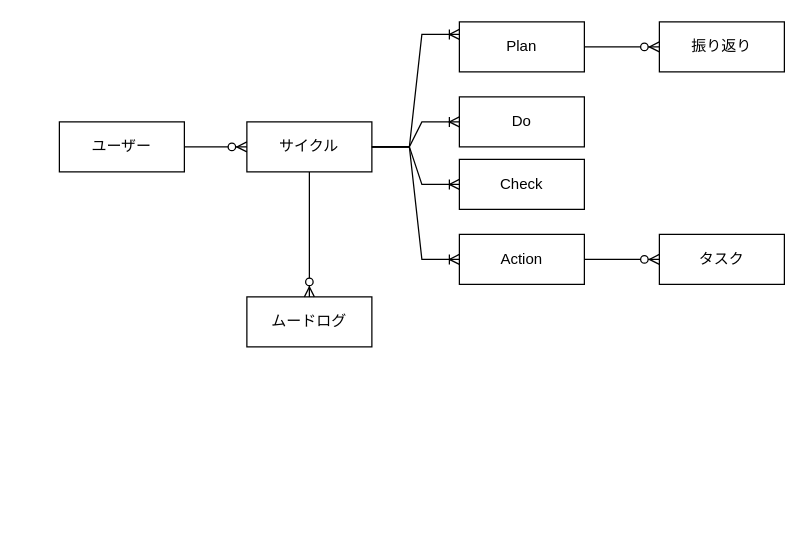
The draw.io diagram page "ER図(概念図)" (2 of 3) of ER.drawio in katkatprog/drowio, before the edit. Source tidied: cells renumbered, new cells numbered last; positions are measured from the earlier drawing's top-left corner, leaving out a move shared by most shapes. Both pictures are drawn from the tidied source at 125%, with x=0, y=0 at pixel (59, 21).
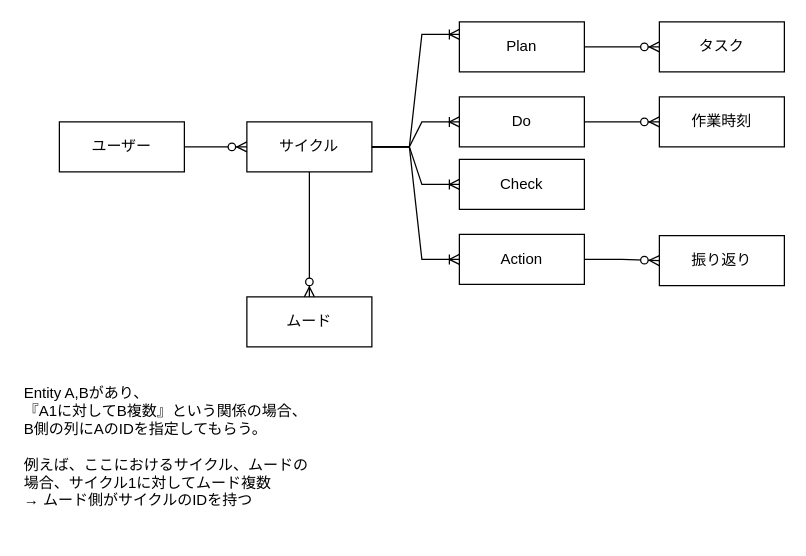
After the change.

Unchanged cells that the change refers to:
```xml
<mxCell id="7" value="Plan" style="whiteSpace=wrap;html=1;align=center;" parent="1" vertex="1">
  <mxGeometry x="320" width="100" height="40" as="geometry" />
</mxCell>
<mxCell id="8" value="Do" style="whiteSpace=wrap;html=1;align=center;" parent="1" vertex="1">
  <mxGeometry x="320" y="60" width="100" height="40" as="geometry" />
</mxCell>
<mxCell id="10" value="Action" style="whiteSpace=wrap;html=1;align=center;" parent="1" vertex="1">
  <mxGeometry x="320" y="170" width="100" height="40" as="geometry" />
</mxCell>
```

Change to the diagram source:
```diff
@@
-    <mxCell id="4" value="ムードログ" style="whiteSpace=wrap;html=1;align=center;" parent="1" vertex="1">
+    <mxCell id="4" value="ムード" style="whiteSpace=wrap;html=1;align=center;" parent="1" vertex="1">
       <mxGeometry x="150" y="220" width="100" height="40" as="geometry" />
     </mxCell>
     <mxCell id="5" value="タスク" style="whiteSpace=wrap;html=1;align=center;" parent="1" vertex="1">
-      <mxGeometry x="480" y="170" width="100" height="40" as="geometry" />
+      <mxGeometry x="480" width="100" height="40" as="geometry" />
     </mxCell>
-    <mxCell id="6" value="振り返り" style="whiteSpace=wrap;html=1;align=center;" parent="1" vertex="1">
-      <mxGeometry x="480" width="100" height="40" as="geometry" />
+    <mxCell id="6" value="作業時刻" style="whiteSpace=wrap;html=1;align=center;" parent="1" vertex="1">
+      <mxGeometry x="480" y="60" width="100" height="40" as="geometry" />
     </mxCell>
@@
-    <mxCell id="16" style="edgeStyle=entityRelationEdgeStyle;fontSize=12;html=1;endArrow=ERzeroToMany;endFill=1;rounded=0;" parent="1" edge="1" source="7" target="6">
+    <mxCell id="16" style="edgeStyle=entityRelationEdgeStyle;fontSize=12;html=1;endArrow=ERzeroToMany;endFill=1;rounded=0;" parent="1" edge="1" source="7" target="5">
       <mxGeometry relative="1" as="geometry" />
     </mxCell>
-    <mxCell id="17" style="edgeStyle=entityRelationEdgeStyle;fontSize=12;html=1;endArrow=ERzeroToMany;endFill=1;rounded=0;entryX=0;entryY=0.5;entryDx=0;entryDy=0;" parent="1" edge="1" source="10" target="5">
+    <mxCell id="17" style="edgeStyle=entityRelationEdgeStyle;fontSize=12;html=1;endArrow=ERzeroToMany;endFill=1;rounded=0;entryX=0;entryY=0.5;entryDx=0;entryDy=0;" parent="1" edge="1" source="10" target="20">
       <mxGeometry relative="1" as="geometry" />
     </mxCell>
@@
+    <mxCell id="19" value="Entity A,Bがあり、&lt;br&gt;『A1に対してB複数』という関係の場合、&lt;br&gt;B側の列にAのIDを指定してもらう。&lt;br&gt;&lt;br&gt;例えば、ここにおけるサイクル、ムードの場合、サイクル1に対してムード複数&lt;br&gt;→ ムード側がサイクルのIDを持つ" style="text;strokeColor=none;fillColor=none;html=1;whiteSpace=wrap;verticalAlign=middle;overflow=hidden;" parent="1" vertex="1">
+      <mxGeometry x="-30" y="270" width="240" height="140" as="geometry" />
+    </mxCell>
+    <mxCell id="20" value="振り返り" style="whiteSpace=wrap;html=1;align=center;" parent="1" vertex="1">
+      <mxGeometry x="480" y="171" width="100" height="40" as="geometry" />
+    </mxCell>
+    <mxCell id="21" style="fontSize=12;html=1;endArrow=ERzeroToMany;endFill=1;rounded=0;exitX=1;exitY=0.5;exitDx=0;exitDy=0;entryX=0;entryY=0.5;entryDx=0;entryDy=0;" parent="1" edge="1" source="8" target="6">
+      <mxGeometry relative="1" as="geometry" />
+    </mxCell>
```
